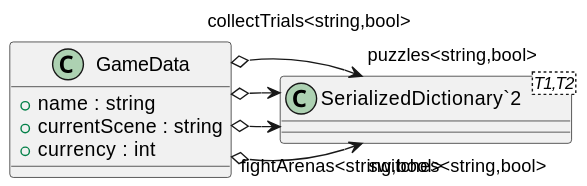
Before: UML/SaveLoad/GameData.svg, a diagram exported from PlantUML (KawinM23/TakeControl).
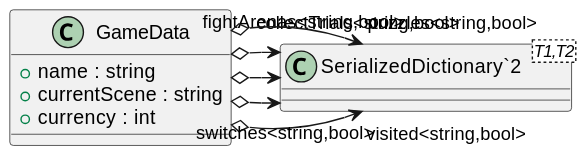
The same diagram one commit later.

Commit message:
ci: generate uml (Generate UML)

The edit, as a diff of the source:
```diff
@@ -6,6 +6,7 @@
 }
 class "SerializedDictionary`2"<T1,T2> {
 }
+GameData o-> "visited<string,bool>" "SerializedDictionary`2"
 GameData o-> "switches<string,bool>" "SerializedDictionary`2"
 GameData o-> "fightArenas<string,bool>" "SerializedDictionary`2"
 GameData o-> "collectTrials<string,bool>" "SerializedDictionary`2"
```
